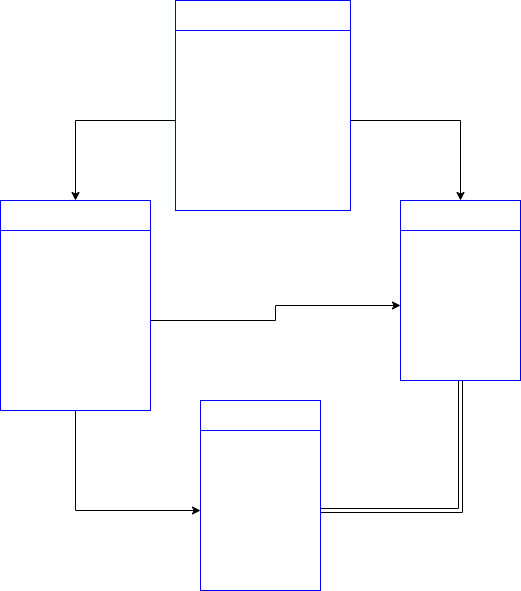
This is db.png from apple4zcm/furima-35357, a draw.io export, as it was before one commit. Source tidied: cells renumbered, new cells last; positions are measured from the earlier drawing's top-left corner, leaving out a move shared by most shapes.
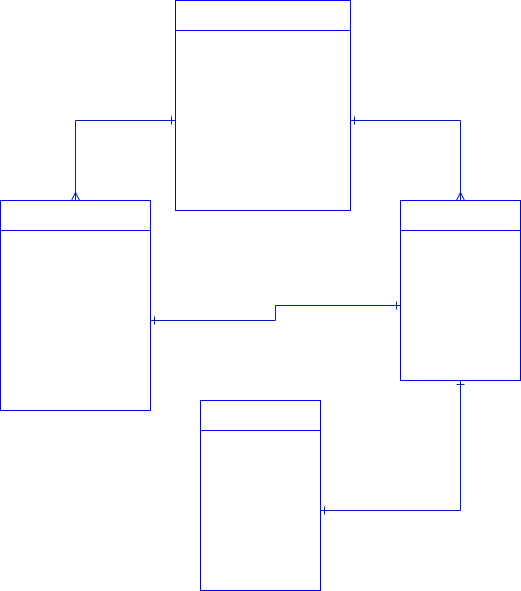
Later version of the same file.

Change to the diagram source:
```diff
@@ -5,10 +5,10 @@
     <mxCell id="2" value="&lt;font size=&quot;3&quot;&gt;users&lt;/font&gt;" style="rounded=0;whiteSpace=wrap;html=1;strokeColor=#0000FF;verticalAlign=middle;fillColor=none;fontColor=#FFFFFF;" parent="1" vertex="1">
       <mxGeometry x="175" width="175" height="30" as="geometry" />
     </mxCell>
-    <mxCell id="3" style="edgeStyle=orthogonalEdgeStyle;rounded=0;jettySize=auto;html=1;exitX=0;exitY=0.5;exitDx=0;exitDy=0;entryX=0.5;entryY=0;entryDx=0;entryDy=0;fontColor=#FFFFFF;" parent="1" edge="1" source="5" target="6">
+    <mxCell id="3" style="edgeStyle=orthogonalEdgeStyle;rounded=0;jettySize=auto;html=1;exitX=0;exitY=0.5;exitDx=0;exitDy=0;entryX=0.5;entryY=0;entryDx=0;entryDy=0;fontColor=#FFFFFF;startArrow=ERone;startFill=0;endArrow=ERmany;endFill=0;fillColor=#0050ef;strokeColor=#001DBC;" parent="1" edge="1" source="5" target="6">
       <mxGeometry relative="1" as="geometry" />
     </mxCell>
-    <mxCell id="4" style="edgeStyle=orthogonalEdgeStyle;rounded=0;jettySize=auto;html=1;exitX=1;exitY=0.5;exitDx=0;exitDy=0;entryX=0.5;entryY=0;entryDx=0;entryDy=0;fontColor=#FFFFFF;" parent="1" edge="1" source="5" target="10">
+    <mxCell id="4" style="edgeStyle=orthogonalEdgeStyle;rounded=0;jettySize=auto;html=1;exitX=1;exitY=0.5;exitDx=0;exitDy=0;entryX=0.5;entryY=0;entryDx=0;entryDy=0;fontColor=#FFFFFF;startArrow=ERone;startFill=0;endArrow=ERmany;endFill=0;fillColor=#0050ef;strokeColor=#001DBC;" parent="1" edge="1" source="5" target="10">
       <mxGeometry relative="1" as="geometry" />
     </mxCell>
     <mxCell id="5" value="&lt;font size=&quot;3&quot;&gt;&lt;br&gt;first_name_kanji&lt;br&gt;last_name_kanji&lt;br&gt;first_name_kana&lt;br&gt;&lt;/font&gt;&lt;span style=&quot;font-size: medium&quot;&gt;last_name_kana&lt;/span&gt;&lt;font size=&quot;3&quot;&gt;&lt;br&gt;nickname&lt;br&gt;email&lt;br&gt;encrypted_password&lt;br&gt;birthday&lt;br&gt;&lt;br&gt;&lt;/font&gt;" style="rounded=0;whiteSpace=wrap;html=1;fontColor=#FFFFFF;strokeColor=#0000FF;fillColor=none;verticalAlign=middle;" parent="1" vertex="1">
@@ -17,19 +17,16 @@
     <mxCell id="6" value="&lt;font size=&quot;3&quot;&gt;items&lt;/font&gt;" style="rounded=0;whiteSpace=wrap;html=1;fontColor=#FFFFFF;strokeColor=#0000FF;fillColor=none;verticalAlign=middle;" parent="1" vertex="1">
       <mxGeometry y="200" width="150" height="30" as="geometry" />
     </mxCell>
-    <mxCell id="7" style="edgeStyle=orthogonalEdgeStyle;rounded=0;jettySize=auto;html=1;exitX=1;exitY=0.5;exitDx=0;exitDy=0;entryX=0;entryY=0.5;entryDx=0;entryDy=0;fontColor=#FFFFFF;" parent="1" edge="1" source="9" target="12">
+    <mxCell id="7" style="edgeStyle=orthogonalEdgeStyle;rounded=0;jettySize=auto;html=1;exitX=1;exitY=0.5;exitDx=0;exitDy=0;entryX=0;entryY=0.5;entryDx=0;entryDy=0;fontColor=#FFFFFF;startArrow=ERone;startFill=0;endArrow=ERone;endFill=0;fillColor=#0050ef;strokeColor=#001DBC;" parent="1" edge="1" source="9" target="12">
       <mxGeometry relative="1" as="geometry" />
     </mxCell>
-    <mxCell id="8" style="edgeStyle=orthogonalEdgeStyle;rounded=0;jettySize=auto;html=1;exitX=0.5;exitY=1;exitDx=0;exitDy=0;entryX=0;entryY=0.5;entryDx=0;entryDy=0;fontColor=#FFFFFF;" parent="1" edge="1" source="9" target="14">
-      <mxGeometry relative="1" as="geometry" />
-    </mxCell>
     <mxCell id="9" value="&lt;font size=&quot;3&quot;&gt;user&lt;br&gt;category_id&lt;br&gt;info&lt;br&gt;item_name&lt;br&gt;prefecture_id&lt;br&gt;item_condition_id&lt;br&gt;delivery_fee_id&lt;br&gt;delivery_date_id&lt;br&gt;&lt;/font&gt;&lt;font size=&quot;3&quot;&gt;price&lt;br&gt;&lt;/font&gt;" style="rounded=0;whiteSpace=wrap;html=1;fontColor=#FFFFFF;strokeColor=#0000FF;fillColor=none;verticalAlign=middle;" parent="1" vertex="1">
       <mxGeometry y="230" width="150" height="180" as="geometry" />
     </mxCell>
     <mxCell id="10" value="&lt;font size=&quot;3&quot;&gt;purchases&lt;/font&gt;" style="rounded=0;whiteSpace=wrap;html=1;fontColor=#FFFFFF;strokeColor=#0000FF;fillColor=none;verticalAlign=middle;" parent="1" vertex="1">
       <mxGeometry x="400" y="200" width="120" height="30" as="geometry" />
     </mxCell>
-    <mxCell id="11" style="edgeStyle=orthogonalEdgeStyle;shape=link;rounded=0;jettySize=auto;html=1;exitX=0.5;exitY=1;exitDx=0;exitDy=0;entryX=1;entryY=0.5;entryDx=0;entryDy=0;fontColor=#FFFFFF;" parent="1" edge="1" source="12" target="14">
+    <mxCell id="11" style="edgeStyle=orthogonalEdgeStyle;rounded=0;jettySize=auto;html=1;exitX=0.5;exitY=1;exitDx=0;exitDy=0;entryX=1;entryY=0.5;entryDx=0;entryDy=0;fontColor=#FFFFFF;startArrow=ERone;startFill=0;endArrow=ERone;endFill=0;fillColor=#0050ef;strokeColor=#001DBC;" parent="1" edge="1" source="12" target="14">
       <mxGeometry relative="1" as="geometry" />
     </mxCell>
     <mxCell id="12" value="&lt;font size=&quot;3&quot;&gt;user&lt;br&gt;item&lt;br&gt;&lt;/font&gt;" style="rounded=0;whiteSpace=wrap;html=1;fontColor=#FFFFFF;strokeColor=#0000FF;fillColor=none;verticalAlign=middle;" parent="1" vertex="1">
```
